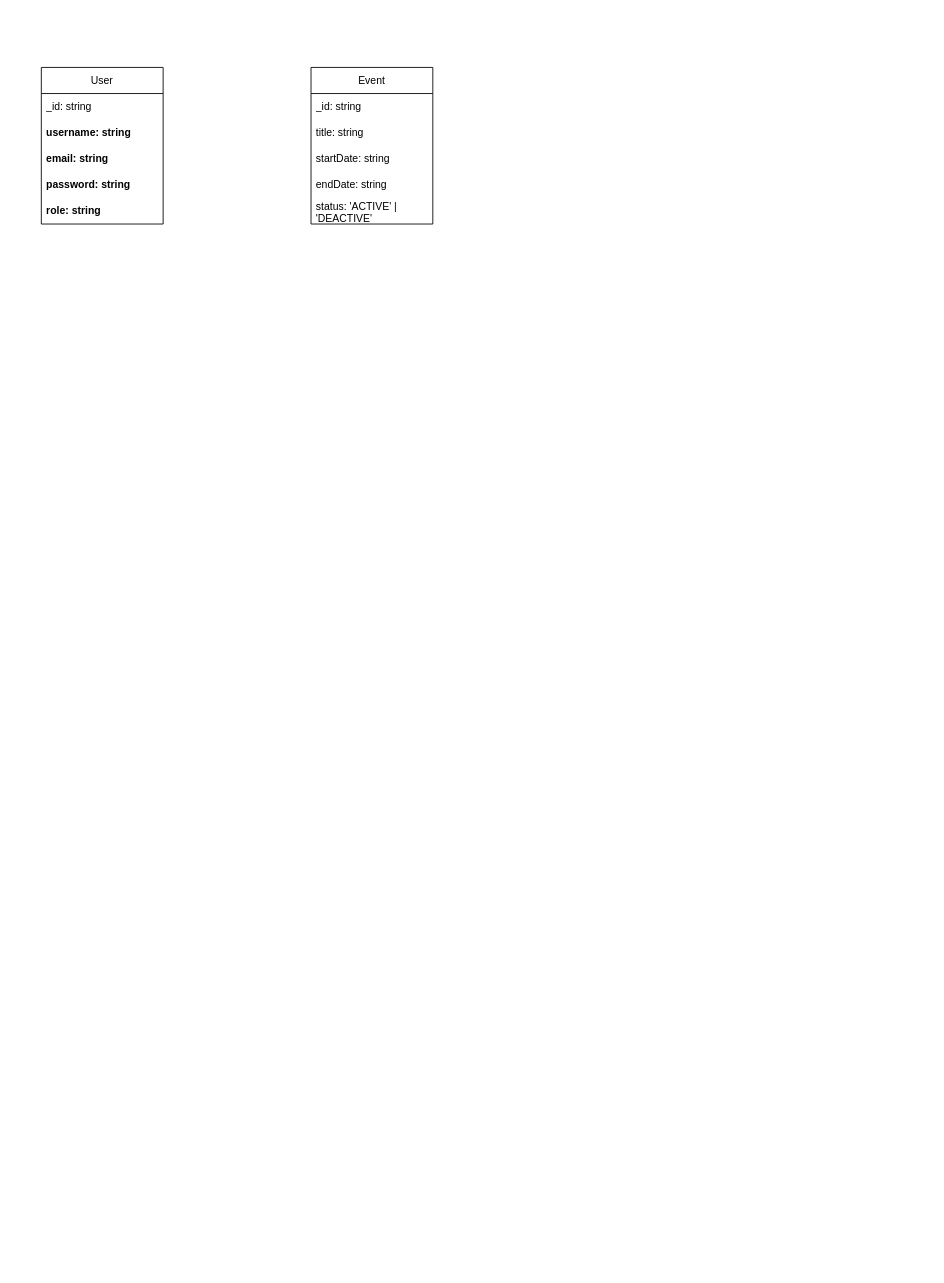
Before: page "erd" (3 of 6) of documents/diagram/diagram.drawio in thursdaycurry/nestjs-msa-eventEngine, a draw.io diagram. Source tidied: cells renumbered, new cells numbered last; positions are measured from the earlier drawing's top-left corner, leaving out a move shared by most shapes. Both pictures are drawn from the tidied source at 87%, with x=0, y=0 at pixel (41, 67).
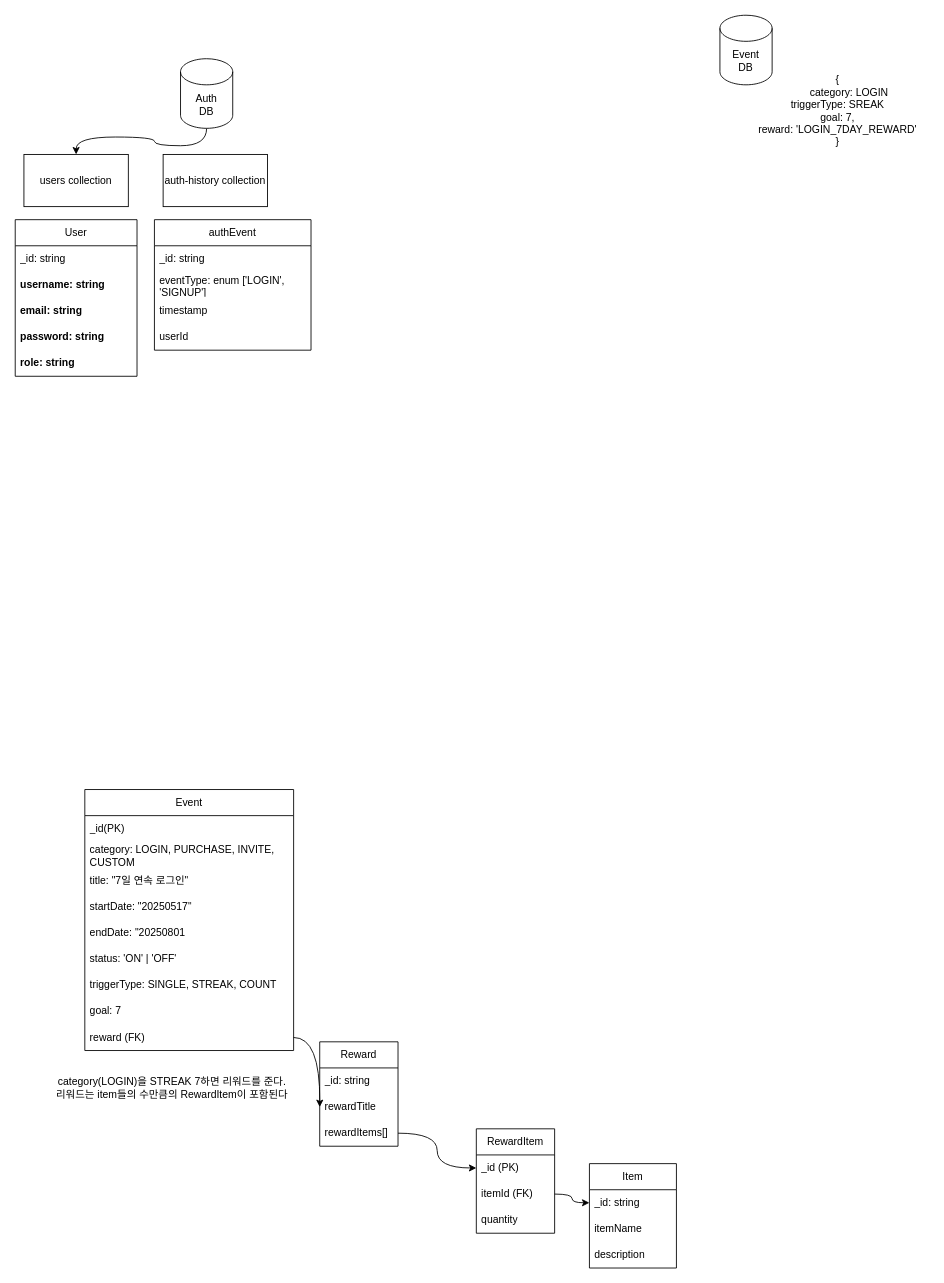
The same diagram, later.

The edit, as a diff of the source:
```diff
@@
     <mxCell id="2" value="User" style="swimlane;fontStyle=0;horizontal=1;startSize=30;whiteSpace=wrap;html=1;" parent="1" vertex="1">
-      <mxGeometry width="140" height="180" as="geometry" />
+      <mxGeometry x="-30" y="175" width="140" height="180" as="geometry" />
     </mxCell>
@@
     <mxCell id="8" value="Event" style="swimlane;fontStyle=0;horizontal=1;startSize=30;whiteSpace=wrap;html=1;" parent="1" vertex="1">
-      <mxGeometry x="310" width="140" height="180" as="geometry" />
+      <mxGeometry x="50" y="830" width="240" height="300" as="geometry" />
     </mxCell>
-    <mxCell id="9" value="_id: string" style="text;strokeColor=none;fillColor=none;align=left;verticalAlign=middle;spacingLeft=4;spacingRight=4;overflow=hidden;whiteSpace=wrap;html=1;" parent="8" vertex="1">
-      <mxGeometry y="30" width="140" height="30" as="geometry" />
+    <mxCell id="9" value="_id(PK)" style="text;strokeColor=none;fillColor=none;align=left;verticalAlign=middle;spacingLeft=4;spacingRight=4;overflow=hidden;whiteSpace=wrap;html=1;" parent="8" vertex="1">
+      <mxGeometry y="30" width="240" height="30" as="geometry" />
     </mxCell>
+    <mxCell id="14" value="category: LOGIN, PURCHASE, INVITE, CUSTOM" style="text;strokeColor=none;fillColor=none;align=left;verticalAlign=middle;spacingLeft=4;spacingRight=4;overflow=hidden;whiteSpace=wrap;html=1;" parent="8" vertex="1">
+      <mxGeometry y="60" width="240" height="30" as="geometry" />
+    </mxCell>
-    <mxCell id="10" value="title: string" style="text;strokeColor=none;fillColor=none;align=left;verticalAlign=middle;spacingLeft=4;spacingRight=4;overflow=hidden;whiteSpace=wrap;html=1;" parent="8" vertex="1">
-      <mxGeometry y="60" width="140" height="30" as="geometry" />
+    <mxCell id="10" value="title: &quot;7일 연속 로그인&quot;" style="text;strokeColor=none;fillColor=none;align=left;verticalAlign=middle;spacingLeft=4;spacingRight=4;overflow=hidden;whiteSpace=wrap;html=1;" parent="8" vertex="1">
+      <mxGeometry y="90" width="240" height="30" as="geometry" />
     </mxCell>
-    <mxCell id="11" value="startDate: string" style="text;strokeColor=none;fillColor=none;align=left;verticalAlign=middle;spacingLeft=4;spacingRight=4;overflow=hidden;whiteSpace=wrap;html=1;" parent="8" vertex="1">
-      <mxGeometry y="90" width="140" height="30" as="geometry" />
+    <mxCell id="11" value="startDate: &quot;20250517&quot;" style="text;strokeColor=none;fillColor=none;align=left;verticalAlign=middle;spacingLeft=4;spacingRight=4;overflow=hidden;whiteSpace=wrap;html=1;" parent="8" vertex="1">
+      <mxGeometry y="120" width="240" height="30" as="geometry" />
     </mxCell>
-    <mxCell id="12" value="endDate: string" style="text;strokeColor=none;fillColor=none;align=left;verticalAlign=middle;spacingLeft=4;spacingRight=4;overflow=hidden;whiteSpace=wrap;html=1;" parent="8" vertex="1">
-      <mxGeometry y="120" width="140" height="30" as="geometry" />
+    <mxCell id="12" value="endDate: &quot;20250801" style="text;strokeColor=none;fillColor=none;align=left;verticalAlign=middle;spacingLeft=4;spacingRight=4;overflow=hidden;whiteSpace=wrap;html=1;" parent="8" vertex="1">
+      <mxGeometry y="150" width="240" height="30" as="geometry" />
     </mxCell>
-    <mxCell id="13" value="status: 'ACTIVE' | 'DEACTIVE'" style="text;strokeColor=none;fillColor=none;align=left;verticalAlign=middle;spacingLeft=4;spacingRight=4;overflow=hidden;whiteSpace=wrap;html=1;" parent="8" vertex="1">
-      <mxGeometry y="150" width="140" height="30" as="geometry" />
+    <mxCell id="13" value="status: 'ON' | 'OFF'" style="text;strokeColor=none;fillColor=none;align=left;verticalAlign=middle;spacingLeft=4;spacingRight=4;overflow=hidden;whiteSpace=wrap;html=1;" parent="8" vertex="1">
+      <mxGeometry y="180" width="240" height="30" as="geometry" />
     </mxCell>
+    <mxCell id="15" value="triggerType: SINGLE, STREAK, COUNT" style="text;strokeColor=none;fillColor=none;align=left;verticalAlign=middle;spacingLeft=4;spacingRight=4;overflow=hidden;whiteSpace=wrap;html=1;" parent="8" vertex="1">
+      <mxGeometry y="210" width="240" height="30" as="geometry" />
+    </mxCell>
+    <mxCell id="16" value="goal: 7" style="text;strokeColor=none;fillColor=none;align=left;verticalAlign=middle;spacingLeft=4;spacingRight=4;overflow=hidden;whiteSpace=wrap;html=1;" parent="8" vertex="1">
+      <mxGeometry y="240" width="240" height="30" as="geometry" />
+    </mxCell>
+    <mxCell id="17" value="reward (FK)" style="text;strokeColor=none;fillColor=none;align=left;verticalAlign=middle;spacingLeft=4;spacingRight=4;overflow=hidden;points=[[0,0.5],[1,0.5]];portConstraint=eastwest;whiteSpace=wrap;html=1;" parent="8" vertex="1">
+      <mxGeometry y="270" width="240" height="30" as="geometry" />
+    </mxCell>
+    <mxCell id="18" value="authEvent" style="swimlane;fontStyle=0;horizontal=1;startSize=30;whiteSpace=wrap;html=1;" parent="1" vertex="1">
+      <mxGeometry x="130" y="175" width="180" height="150" as="geometry" />
+    </mxCell>
+    <mxCell id="19" value="_id: string&amp;nbsp;" style="text;strokeColor=none;fillColor=none;align=left;verticalAlign=middle;spacingLeft=4;spacingRight=4;overflow=hidden;whiteSpace=wrap;html=1;" parent="18" vertex="1">
+      <mxGeometry y="30" width="180" height="30" as="geometry" />
+    </mxCell>
+    <mxCell id="20" value="eventType: enum ['LOGIN', 'SIGNUP']" style="text;strokeColor=none;fillColor=none;align=left;verticalAlign=middle;spacingLeft=4;spacingRight=4;overflow=hidden;whiteSpace=wrap;html=1;" parent="18" vertex="1">
+      <mxGeometry y="60" width="180" height="30" as="geometry" />
+    </mxCell>
+    <mxCell id="21" value="timestamp" style="text;strokeColor=none;fillColor=none;align=left;verticalAlign=middle;spacingLeft=4;spacingRight=4;overflow=hidden;whiteSpace=wrap;html=1;" parent="18" vertex="1">
+      <mxGeometry y="90" width="180" height="30" as="geometry" />
+    </mxCell>
+    <mxCell id="22" value="userId" style="text;strokeColor=none;fillColor=none;align=left;verticalAlign=middle;spacingLeft=4;spacingRight=4;overflow=hidden;whiteSpace=wrap;html=1;" parent="18" vertex="1">
+      <mxGeometry y="120" width="180" height="30" as="geometry" />
+    </mxCell>
+    <mxCell id="23" style="edgeStyle=orthogonalEdgeStyle;curved=1;rounded=0;jettySize=auto;html=1;exitX=0.5;exitY=1;exitDx=0;exitDy=0;exitPerimeter=0;" parent="1" edge="1" source="24" target="26">
+      <mxGeometry relative="1" as="geometry" />
+    </mxCell>
+    <mxCell id="24" value="Auth&lt;div&gt;DB&lt;/div&gt;" style="shape=cylinder3;whiteSpace=wrap;html=1;boundedLbl=1;backgroundOutline=1;size=15;" parent="1" vertex="1">
+      <mxGeometry x="160" y="-10" width="60" height="80" as="geometry" />
+    </mxCell>
+    <mxCell id="25" value="Event&lt;div&gt;DB&lt;/div&gt;" style="shape=cylinder3;whiteSpace=wrap;html=1;boundedLbl=1;backgroundOutline=1;size=15;" parent="1" vertex="1">
+      <mxGeometry x="780" y="-60" width="60" height="80" as="geometry" />
+    </mxCell>
+    <mxCell id="26" value="users collection" style="rounded=0;whiteSpace=wrap;html=1;" parent="1" vertex="1">
+      <mxGeometry x="-20" y="100" width="120" height="60" as="geometry" />
+    </mxCell>
+    <mxCell id="27" value="auth-history collection" style="rounded=0;whiteSpace=wrap;html=1;" parent="1" vertex="1">
+      <mxGeometry x="140" y="100" width="120" height="60" as="geometry" />
+    </mxCell>
+    <mxCell id="28" value="{&lt;div&gt;&lt;span style=&quot;white-space: pre;&quot;&gt;&#9;&lt;/span&gt;category: LOGIN&lt;br&gt;&lt;/div&gt;&lt;div&gt;triggerType: SREAK&lt;/div&gt;&lt;div&gt;goal: 7,&lt;/div&gt;&lt;div&gt;reward: 'LOGIN_7DAY_REWARD'&lt;/div&gt;&lt;div&gt;}&lt;/div&gt;" style="text;html=1;align=center;verticalAlign=middle;strokeColor=none;fillColor=none;" parent="1" vertex="1">
+      <mxGeometry x="810" width="210" height="100" as="geometry" />
+    </mxCell>
+    <mxCell id="29" value="Item" style="swimlane;fontStyle=0;horizontal=1;startSize=30;whiteSpace=wrap;html=1;" parent="1" vertex="1">
+      <mxGeometry x="630" y="1260" width="100" height="120" as="geometry" />
+    </mxCell>
+    <mxCell id="30" value="_id: string&amp;nbsp;" style="text;strokeColor=none;fillColor=none;align=left;verticalAlign=middle;spacingLeft=4;spacingRight=4;overflow=hidden;points=[[0,0.5],[1,0.5]];portConstraint=eastwest;whiteSpace=wrap;html=1;" parent="29" vertex="1">
+      <mxGeometry y="30" width="100" height="30" as="geometry" />
+    </mxCell>
+    <mxCell id="31" value="itemName" style="text;strokeColor=none;fillColor=none;align=left;verticalAlign=middle;spacingLeft=4;spacingRight=4;overflow=hidden;whiteSpace=wrap;html=1;" parent="29" vertex="1">
+      <mxGeometry y="60" width="100" height="30" as="geometry" />
+    </mxCell>
+    <mxCell id="32" value="description" style="text;strokeColor=none;fillColor=none;align=left;verticalAlign=middle;spacingLeft=4;spacingRight=4;overflow=hidden;whiteSpace=wrap;html=1;" parent="29" vertex="1">
+      <mxGeometry y="90" width="100" height="30" as="geometry" />
+    </mxCell>
+    <mxCell id="33" value="RewardItem" style="swimlane;fontStyle=0;horizontal=1;startSize=30;whiteSpace=wrap;html=1;" parent="1" vertex="1">
+      <mxGeometry x="500" y="1220" width="90" height="120" as="geometry" />
+    </mxCell>
+    <mxCell id="34" value="_id (PK)" style="text;strokeColor=none;fillColor=none;align=left;verticalAlign=middle;spacingLeft=4;spacingRight=4;overflow=hidden;points=[[0,0.5],[1,0.5]];portConstraint=eastwest;whiteSpace=wrap;html=1;" parent="33" vertex="1">
+      <mxGeometry y="30" width="90" height="30" as="geometry" />
+    </mxCell>
+    <mxCell id="35" value="itemId (FK)" style="text;strokeColor=none;fillColor=none;align=left;verticalAlign=middle;spacingLeft=4;spacingRight=4;overflow=hidden;points=[[0,0.5],[1,0.5]];portConstraint=eastwest;whiteSpace=wrap;html=1;" parent="33" vertex="1">
+      <mxGeometry y="60" width="90" height="30" as="geometry" />
+    </mxCell>
+    <mxCell id="36" value="quantity" style="text;strokeColor=none;fillColor=none;align=left;verticalAlign=middle;spacingLeft=4;spacingRight=4;overflow=hidden;whiteSpace=wrap;html=1;" parent="33" vertex="1">
+      <mxGeometry y="90" width="90" height="30" as="geometry" />
+    </mxCell>
+    <mxCell id="37" value="Reward" style="swimlane;fontStyle=0;horizontal=1;startSize=30;whiteSpace=wrap;html=1;" parent="1" vertex="1">
+      <mxGeometry x="320" y="1120" width="90" height="120" as="geometry" />
+    </mxCell>
+    <mxCell id="38" value="_id: string&amp;nbsp;" style="text;strokeColor=none;fillColor=none;align=left;verticalAlign=middle;spacingLeft=4;spacingRight=4;overflow=hidden;whiteSpace=wrap;html=1;" parent="37" vertex="1">
+      <mxGeometry y="30" width="90" height="30" as="geometry" />
+    </mxCell>
+    <mxCell id="39" value="rewardTitle" style="text;strokeColor=none;fillColor=none;align=left;verticalAlign=middle;spacingLeft=4;spacingRight=4;overflow=hidden;whiteSpace=wrap;html=1;" parent="37" vertex="1">
+      <mxGeometry y="60" width="90" height="30" as="geometry" />
+    </mxCell>
+    <mxCell id="40" value="rewardItems[]" style="text;strokeColor=none;fillColor=none;align=left;verticalAlign=middle;spacingLeft=4;spacingRight=4;overflow=hidden;points=[[0,0.5],[1,0.5]];portConstraint=eastwest;whiteSpace=wrap;html=1;" parent="37" vertex="1">
+      <mxGeometry y="90" width="90" height="30" as="geometry" />
+    </mxCell>
+    <mxCell id="41" style="edgeStyle=orthogonalEdgeStyle;curved=1;rounded=0;jettySize=auto;html=1;exitX=1;exitY=0.5;exitDx=0;exitDy=0;entryX=0;entryY=0.5;entryDx=0;entryDy=0;" parent="1" edge="1" source="17">
+      <mxGeometry relative="1" as="geometry">
+        <mxPoint x="320" y="1195" as="targetPoint" />
+      </mxGeometry>
+    </mxCell>
+    <mxCell id="42" style="edgeStyle=orthogonalEdgeStyle;curved=1;rounded=0;jettySize=auto;html=1;exitX=1;exitY=0.5;exitDx=0;exitDy=0;entryX=0;entryY=0.5;entryDx=0;entryDy=0;" parent="1" edge="1" source="40" target="34">
+      <mxGeometry relative="1" as="geometry" />
+    </mxCell>
+    <mxCell id="43" style="edgeStyle=orthogonalEdgeStyle;curved=1;rounded=0;jettySize=auto;html=1;exitX=1;exitY=0.5;exitDx=0;exitDy=0;entryX=0;entryY=0.5;entryDx=0;entryDy=0;" parent="1" edge="1" source="35" target="30">
+      <mxGeometry relative="1" as="geometry" />
+    </mxCell>
+    <mxCell id="44" value="category(LOGIN)을 STREAK 7하면 리워드를 준다.&lt;div&gt;리워드는 item들의 수만큼의 RewardItem이 포함된다&lt;/div&gt;" style="text;html=1;align=center;verticalAlign=middle;strokeColor=none;fillColor=none;" parent="1" vertex="1">
+      <mxGeometry x="10" y="1153" width="280" height="40" as="geometry" />
+    </mxCell>
```
